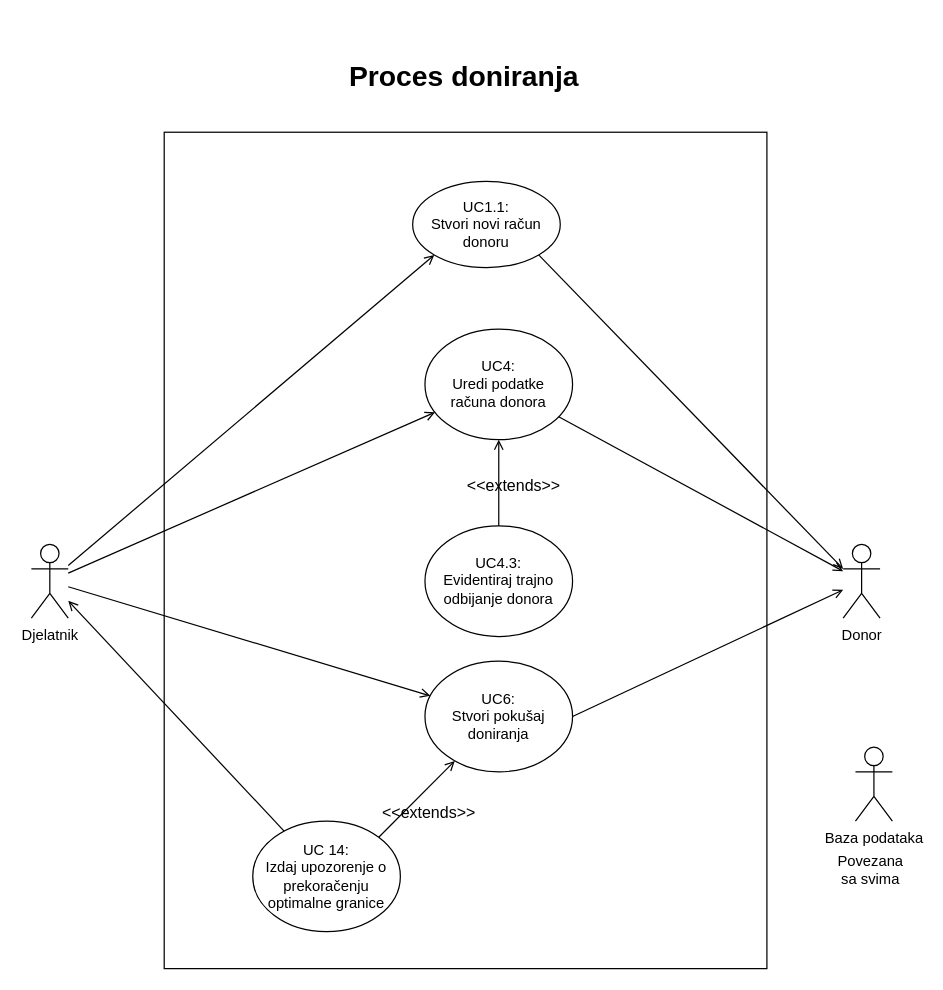
Above: page "4 - Proces doniranja" (4 of 6) of Dokumentacija/Use cases/Use Cases.drawio in ToniIvankovic/TrueBlood (draw.io), before the change. Source tidied: cells renumbered, new cells numbered last; positions are measured from the earlier drawing's top-left corner, leaving out a move shared by most shapes. Both pictures are drawn from the tidied source at 123%, with x=0, y=0 at pixel (31, 21).
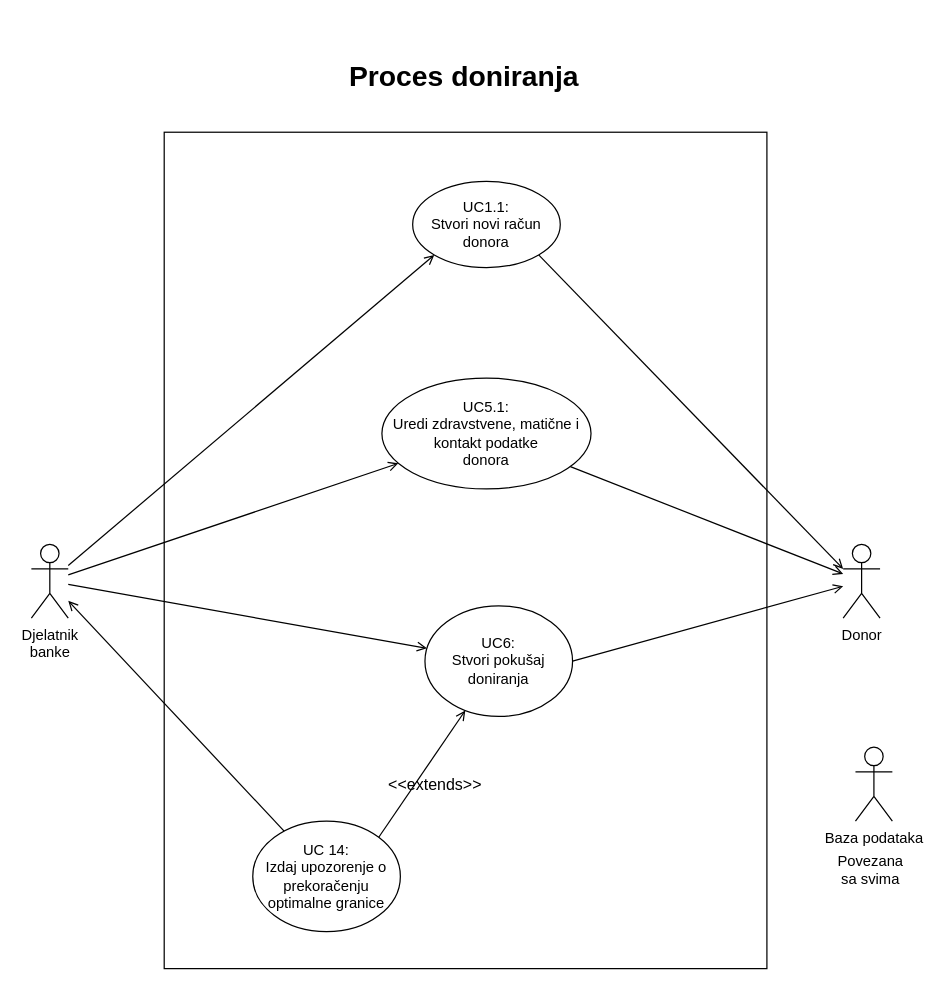
Above is the later version.

Diff of the diagram source:
```diff
@@
-    <mxCell id="5" value="UC4:&lt;br&gt;Uredi podatke &lt;br&gt;računa donora" style="ellipse;whiteSpace=wrap;html=1;" parent="1" vertex="1">
-      <mxGeometry x="320" y="250" width="120" height="90" as="geometry" />
+    <mxCell id="5" value="UC5.1:&lt;br&gt;Uredi zdravstvene, matične i kontakt podatke&lt;br&gt;donora" style="ellipse;whiteSpace=wrap;html=1;" parent="1" vertex="1">
+      <mxGeometry x="285" y="290" width="170" height="90" as="geometry" />
     </mxCell>
@@
-    <mxCell id="9" value="Djelatnik" style="shape=umlActor;verticalLabelPosition=bottom;verticalAlign=top;html=1;outlineConnect=0;" parent="1" vertex="1">
+    <mxCell id="9" value="Djelatnik &lt;br&gt;banke" style="shape=umlActor;verticalLabelPosition=bottom;verticalAlign=top;html=1;outlineConnect=0;" parent="1" vertex="1">
       <mxGeometry y="425" width="30" height="60" as="geometry" />
     </mxCell>
@@
     <mxCell id="12" value="UC6:&lt;br&gt;Stvori pokušaj doniranja" style="ellipse;whiteSpace=wrap;html=1;" parent="1" vertex="1">
-      <mxGeometry x="320" y="520" width="120" height="90" as="geometry" />
+      <mxGeometry x="320" y="475" width="120" height="90" as="geometry" />
     </mxCell>
@@
-    <mxCell id="16" value="UC1.1:&lt;br&gt;Stvori novi račun donoru" style="ellipse;whiteSpace=wrap;html=1;" parent="1" vertex="1">
+    <mxCell id="16" value="UC1.1:&lt;br&gt;Stvori novi račun donora" style="ellipse;whiteSpace=wrap;html=1;" parent="1" vertex="1">
       <mxGeometry x="310" y="130" width="120" height="70" as="geometry" />
     </mxCell>
@@
-    <mxCell id="20" value="UC4.3:&lt;br&gt;Evidentiraj trajno odbijanje donora" style="ellipse;whiteSpace=wrap;html=1;" parent="1" vertex="1">
-      <mxGeometry x="320" y="410" width="120" height="90" as="geometry" />
-    </mxCell>
-    <mxCell id="21" value="&lt;font style=&quot;font-size: 13px&quot;&gt;&amp;lt;&amp;lt;extends&amp;gt;&amp;gt;&lt;/font&gt;" style="edgeStyle=none;rounded=0;jettySize=auto;html=1;endArrow=open;endFill=0;fontSize=23;jumpStyle=none;labelBackgroundColor=none;exitX=0.5;exitY=0;exitDx=0;exitDy=0;" parent="1" edge="1" source="20" target="5">
-      <mxGeometry x="0.03" y="-12" relative="1" as="geometry" />
-    </mxCell>
```
